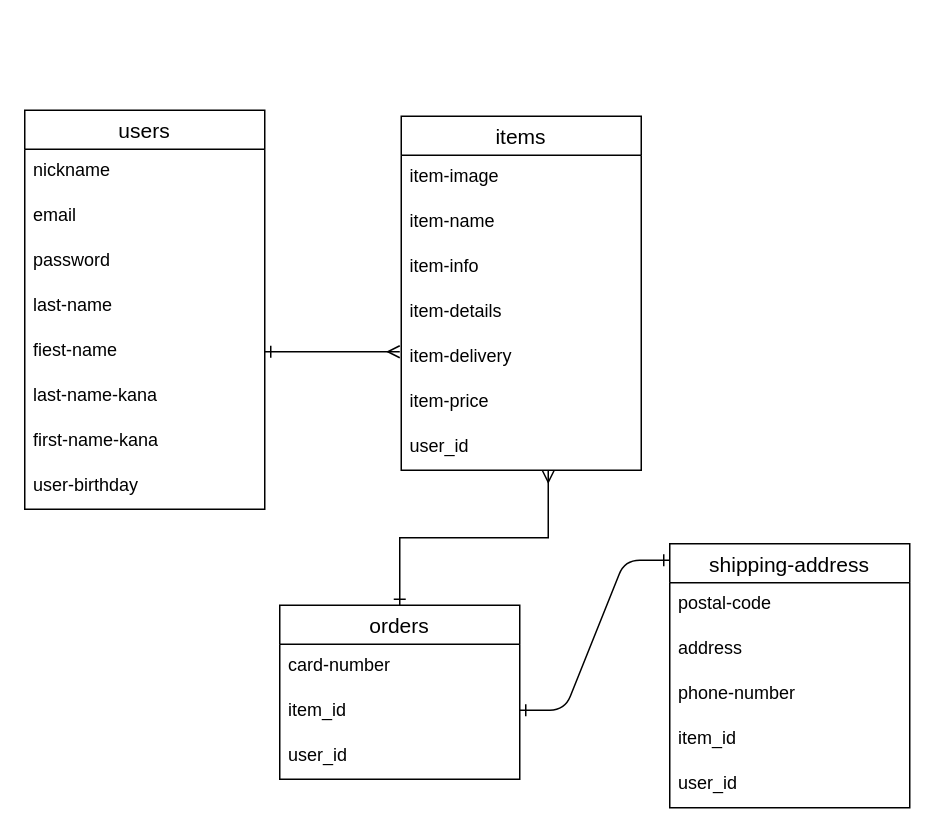
The draw.io diagram furima.dio in yuki-hamaguchi/furima-31795, before the edit. Source tidied: cells renumbered, new cells numbered last; positions are measured from the earlier drawing's top-left corner, leaving out a move shared by most shapes. Both pictures are drawn from the tidied source at 150%, with x=0, y=0 at pixel (24, 110).
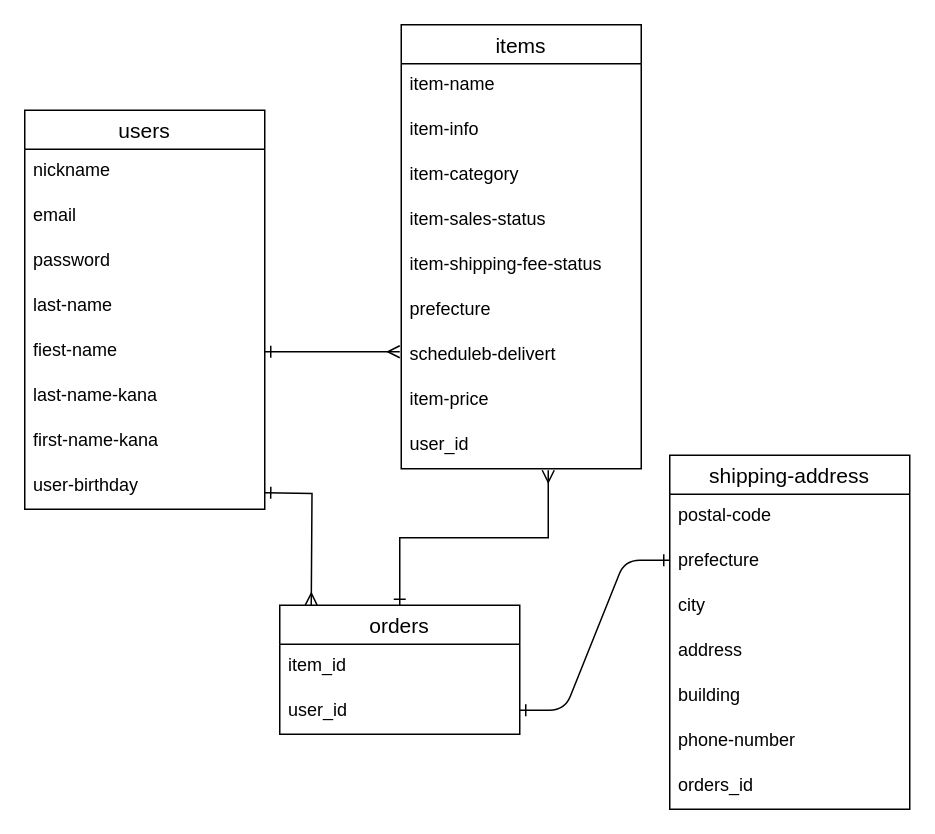
The same diagram, later.

Commit message (it also covers changes not shown here):
データベース設計修正

Unchanged cells that the change refers to:
```xml
<mxCell id="7" value="fiest-name" style="text;strokeColor=none;fillColor=none;spacingLeft=4;spacingRight=4;overflow=hidden;points=[[0,0.5],[1,0.5]];portConstraint=eastwest;fontSize=12;" parent="2" vertex="1">
  <mxGeometry y="146" width="160" height="30" as="geometry" />
</mxCell>
```

The edit, as a diff of the source:
```diff
@@
+    <mxCell id="19" style="edgeStyle=elbowEdgeStyle;rounded=0;jettySize=auto;elbow=vertical;html=1;exitX=0.5;exitY=0;exitDx=0;exitDy=0;endArrow=ERmany;endFill=0;startArrow=ERone;startFill=0;" parent="1" edge="1" source="20">
+      <mxGeometry relative="1" as="geometry">
+        <mxPoint x="349" y="240" as="targetPoint" />
+        <Array as="points">
+          <mxPoint x="300" y="285" />
+        </Array>
+      </mxGeometry>
+    </mxCell>
+    <mxCell id="20" value="orders" style="swimlane;fontStyle=0;horizontal=1;startSize=26;align=center;fontSize=14;" parent="1" vertex="1">
+      <mxGeometry x="170" y="330" width="160" height="86" as="geometry" />
+    </mxCell>
+    <mxCell id="22" value="item_id" style="text;strokeColor=none;fillColor=none;spacingLeft=4;spacingRight=4;overflow=hidden;fontSize=12;" parent="20" vertex="1">
+      <mxGeometry y="26" width="160" height="30" as="geometry" />
+    </mxCell>
+    <mxCell id="23" value="user_id" style="text;strokeColor=none;fillColor=none;spacingLeft=4;spacingRight=4;overflow=hidden;fontSize=12;" parent="20" vertex="1">
+      <mxGeometry y="56" width="160" height="30" as="geometry" />
+    </mxCell>
+    <mxCell id="24" style="edgeStyle=entityRelationEdgeStyle;fontSize=12;html=1;endArrow=ERone;startArrow=ERone;startFill=0;endFill=0;" parent="1" edge="1">
+      <mxGeometry relative="1" as="geometry">
+        <mxPoint x="330" y="400" as="sourcePoint" />
+        <mxPoint x="430" y="300" as="targetPoint" />
+      </mxGeometry>
+    </mxCell>
+    <mxCell id="31" style="edgeStyle=elbowEdgeStyle;rounded=0;jettySize=auto;elbow=vertical;html=1;exitX=1;exitY=0.5;exitDx=0;exitDy=0;startArrow=ERone;startFill=0;endArrow=ERmany;endFill=0;" parent="1" edge="1" source="7">
+      <mxGeometry relative="1" as="geometry">
+        <mxPoint x="250" y="161" as="targetPoint" />
+      </mxGeometry>
+    </mxCell>
     <mxCell id="11" value="items" style="swimlane;fontStyle=0;horizontal=1;startSize=26;align=center;fontSize=14;" parent="1" vertex="1">
-      <mxGeometry x="251" y="4" width="160" height="236" as="geometry" />
+      <mxGeometry x="251" y="-57" width="160" height="296" as="geometry" />
     </mxCell>
-    <mxCell id="12" value="item-image" style="text;strokeColor=none;fillColor=none;spacingLeft=4;spacingRight=4;overflow=hidden;fontSize=12;" parent="11" vertex="1">
-      <mxGeometry y="26" width="160" height="30" as="geometry" />
-    </mxCell>
     <mxCell id="13" value="item-name" style="text;strokeColor=none;fillColor=none;spacingLeft=4;spacingRight=4;overflow=hidden;fontSize=12;" parent="11" vertex="1">
-      <mxGeometry y="56" width="160" height="30" as="geometry" />
+      <mxGeometry y="26" width="160" height="30" as="geometry" />
     </mxCell>
     <mxCell id="14" value="item-info" style="text;strokeColor=none;fillColor=none;spacingLeft=4;spacingRight=4;overflow=hidden;fontSize=12;" parent="11" vertex="1">
-      <mxGeometry y="86" width="160" height="30" as="geometry" />
+      <mxGeometry y="56" width="160" height="30" as="geometry" />
     </mxCell>
-    <mxCell id="15" value="item-details" style="text;strokeColor=none;fillColor=none;spacingLeft=4;spacingRight=4;overflow=hidden;fontSize=12;" parent="11" vertex="1">
-      <mxGeometry y="116" width="160" height="30" as="geometry" />
+    <mxCell id="15" value="item-category" style="text;strokeColor=none;fillColor=none;spacingLeft=4;spacingRight=4;overflow=hidden;fontSize=12;" parent="11" vertex="1">
+      <mxGeometry y="86" width="160" height="30" as="geometry" />
     </mxCell>
-    <mxCell id="16" value="item-delivery" style="text;strokeColor=none;fillColor=none;spacingLeft=4;spacingRight=4;overflow=hidden;fontSize=12;" parent="11" vertex="1">
-      <mxGeometry y="146" width="160" height="30" as="geometry" />
+    <mxCell id="16" value="item-sales-status" style="text;strokeColor=none;fillColor=none;spacingLeft=4;spacingRight=4;overflow=hidden;fontSize=12;" parent="11" vertex="1">
+      <mxGeometry y="116" width="160" height="30" as="geometry" />
     </mxCell>
+    <mxCell id="32" value="item-shipping-fee-status" style="text;strokeColor=none;fillColor=none;spacingLeft=4;spacingRight=4;overflow=hidden;fontSize=12;" parent="11" vertex="1">
+      <mxGeometry y="146" width="160" height="30" as="geometry" />
+    </mxCell>
+    <mxCell id="33" value="prefecture" style="text;strokeColor=none;fillColor=none;spacingLeft=4;spacingRight=4;overflow=hidden;fontSize=12;" parent="11" vertex="1">
+      <mxGeometry y="176" width="160" height="30" as="geometry" />
+    </mxCell>
+    <mxCell id="18" value="scheduleb-delivert" style="text;strokeColor=none;fillColor=none;spacingLeft=4;spacingRight=4;overflow=hidden;fontSize=12;" parent="11" vertex="1">
+      <mxGeometry y="206" width="160" height="30" as="geometry" />
+    </mxCell>
     <mxCell id="17" value="item-price" style="text;strokeColor=none;fillColor=none;spacingLeft=4;spacingRight=4;overflow=hidden;fontSize=12;" parent="11" vertex="1">
-      <mxGeometry y="176" width="160" height="30" as="geometry" />
+      <mxGeometry y="236" width="160" height="30" as="geometry" />
     </mxCell>
-    <mxCell id="18" value="user_id" style="text;strokeColor=none;fillColor=none;spacingLeft=4;spacingRight=4;overflow=hidden;fontSize=12;" parent="11" vertex="1">
-      <mxGeometry y="206" width="160" height="30" as="geometry" />
-    </mxCell>
-    <mxCell id="19" style="edgeStyle=elbowEdgeStyle;rounded=0;jettySize=auto;elbow=vertical;html=1;exitX=0.5;exitY=0;exitDx=0;exitDy=0;endArrow=ERmany;endFill=0;startArrow=ERone;startFill=0;" parent="1" edge="1" source="20">
-      <mxGeometry relative="1" as="geometry">
-        <mxPoint x="349" y="240" as="targetPoint" />
-        <Array as="points">
-          <mxPoint x="300" y="285" />
-        </Array>
-      </mxGeometry>
-    </mxCell>
-    <mxCell id="20" value="orders" style="swimlane;fontStyle=0;horizontal=1;startSize=26;align=center;fontSize=14;" parent="1" vertex="1">
-      <mxGeometry x="170" y="330" width="160" height="116" as="geometry" />
-    </mxCell>
-    <mxCell id="21" value="card-number" style="text;strokeColor=none;fillColor=none;spacingLeft=4;spacingRight=4;overflow=hidden;fontSize=12;" parent="20" vertex="1">
-      <mxGeometry y="26" width="160" height="30" as="geometry" />
-    </mxCell>
-    <mxCell id="22" value="item_id" style="text;strokeColor=none;fillColor=none;spacingLeft=4;spacingRight=4;overflow=hidden;fontSize=12;" parent="20" vertex="1">
-      <mxGeometry y="56" width="160" height="30" as="geometry" />
-    </mxCell>
-    <mxCell id="23" value="user_id" style="text;strokeColor=none;fillColor=none;spacingLeft=4;spacingRight=4;overflow=hidden;fontSize=12;" parent="20" vertex="1">
-      <mxGeometry y="86" width="160" height="30" as="geometry" />
-    </mxCell>
-    <mxCell id="24" style="edgeStyle=entityRelationEdgeStyle;fontSize=12;html=1;endArrow=ERone;startArrow=ERone;startFill=0;endFill=0;" parent="1" edge="1">
-      <mxGeometry relative="1" as="geometry">
-        <mxPoint x="330" y="400" as="sourcePoint" />
-        <mxPoint x="430" y="300" as="targetPoint" />
-      </mxGeometry>
-    </mxCell>
+    <mxCell id="34" value="user_id" style="text;strokeColor=none;fillColor=none;spacingLeft=4;spacingRight=4;overflow=hidden;fontSize=12;" parent="11" vertex="1">
+      <mxGeometry y="266" width="160" height="30" as="geometry" />
+    </mxCell>
     <mxCell id="25" value="shipping-address" style="swimlane;fontStyle=0;horizontal=1;startSize=26;align=center;fontSize=14;" parent="1" vertex="1">
-      <mxGeometry x="430" y="289" width="160" height="176" as="geometry" />
+      <mxGeometry x="430" y="230" width="160" height="236" as="geometry" />
     </mxCell>
@@
+    <mxCell id="35" value="prefecture" style="text;strokeColor=none;fillColor=none;spacingLeft=4;spacingRight=4;overflow=hidden;fontSize=12;" parent="25" vertex="1">
+      <mxGeometry y="56" width="160" height="30" as="geometry" />
+    </mxCell>
+    <mxCell id="36" value="city" style="text;strokeColor=none;fillColor=none;spacingLeft=4;spacingRight=4;overflow=hidden;fontSize=12;" parent="25" vertex="1">
+      <mxGeometry y="86" width="160" height="30" as="geometry" />
+    </mxCell>
     <mxCell id="27" value="address" style="text;strokeColor=none;fillColor=none;spacingLeft=4;spacingRight=4;overflow=hidden;fontSize=12;" parent="25" vertex="1">
-      <mxGeometry y="56" width="160" height="30" as="geometry" />
+      <mxGeometry y="116" width="160" height="30" as="geometry" />
     </mxCell>
+    <mxCell id="29" value="building" style="text;strokeColor=none;fillColor=none;spacingLeft=4;spacingRight=4;overflow=hidden;fontSize=12;" parent="25" vertex="1">
+      <mxGeometry y="146" width="160" height="30" as="geometry" />
+    </mxCell>
     <mxCell id="28" value="phone-number" style="text;strokeColor=none;fillColor=none;spacingLeft=4;spacingRight=4;overflow=hidden;fontSize=12;" parent="25" vertex="1">
-      <mxGeometry y="86" width="160" height="30" as="geometry" />
+      <mxGeometry y="176" width="160" height="30" as="geometry" />
     </mxCell>
-    <mxCell id="29" value="item_id" style="text;strokeColor=none;fillColor=none;spacingLeft=4;spacingRight=4;overflow=hidden;fontSize=12;" parent="25" vertex="1">
-      <mxGeometry y="116" width="160" height="30" as="geometry" />
-    </mxCell>
-    <mxCell id="30" value="user_id" style="text;strokeColor=none;fillColor=none;spacingLeft=4;spacingRight=4;overflow=hidden;fontSize=12;" parent="25" vertex="1">
-      <mxGeometry y="146" width="160" height="30" as="geometry" />
+    <mxCell id="30" value="orders_id" style="text;strokeColor=none;fillColor=none;spacingLeft=4;spacingRight=4;overflow=hidden;fontSize=12;" parent="25" vertex="1">
+      <mxGeometry y="206" width="160" height="30" as="geometry" />
     </mxCell>
-    <mxCell id="31" style="edgeStyle=elbowEdgeStyle;rounded=0;jettySize=auto;elbow=vertical;html=1;exitX=1;exitY=0.5;exitDx=0;exitDy=0;startArrow=ERone;startFill=0;endArrow=ERmany;endFill=0;" parent="1" edge="1" source="7">
-      <mxGeometry relative="1" as="geometry">
-        <mxPoint x="250" y="161" as="targetPoint" />
-      </mxGeometry>
-    </mxCell>
+    <mxCell id="37" style="edgeStyle=orthogonalEdgeStyle;rounded=0;orthogonalLoop=1;jettySize=auto;html=1;exitX=1;exitY=0.5;exitDx=0;exitDy=0;startArrow=ERone;startFill=0;endArrow=ERmany;endFill=0;" parent="1" edge="1">
+      <mxGeometry relative="1" as="geometry">
+        <mxPoint x="160" y="255" as="sourcePoint" />
+        <mxPoint x="191" y="330" as="targetPoint" />
+      </mxGeometry>
+    </mxCell>
```
